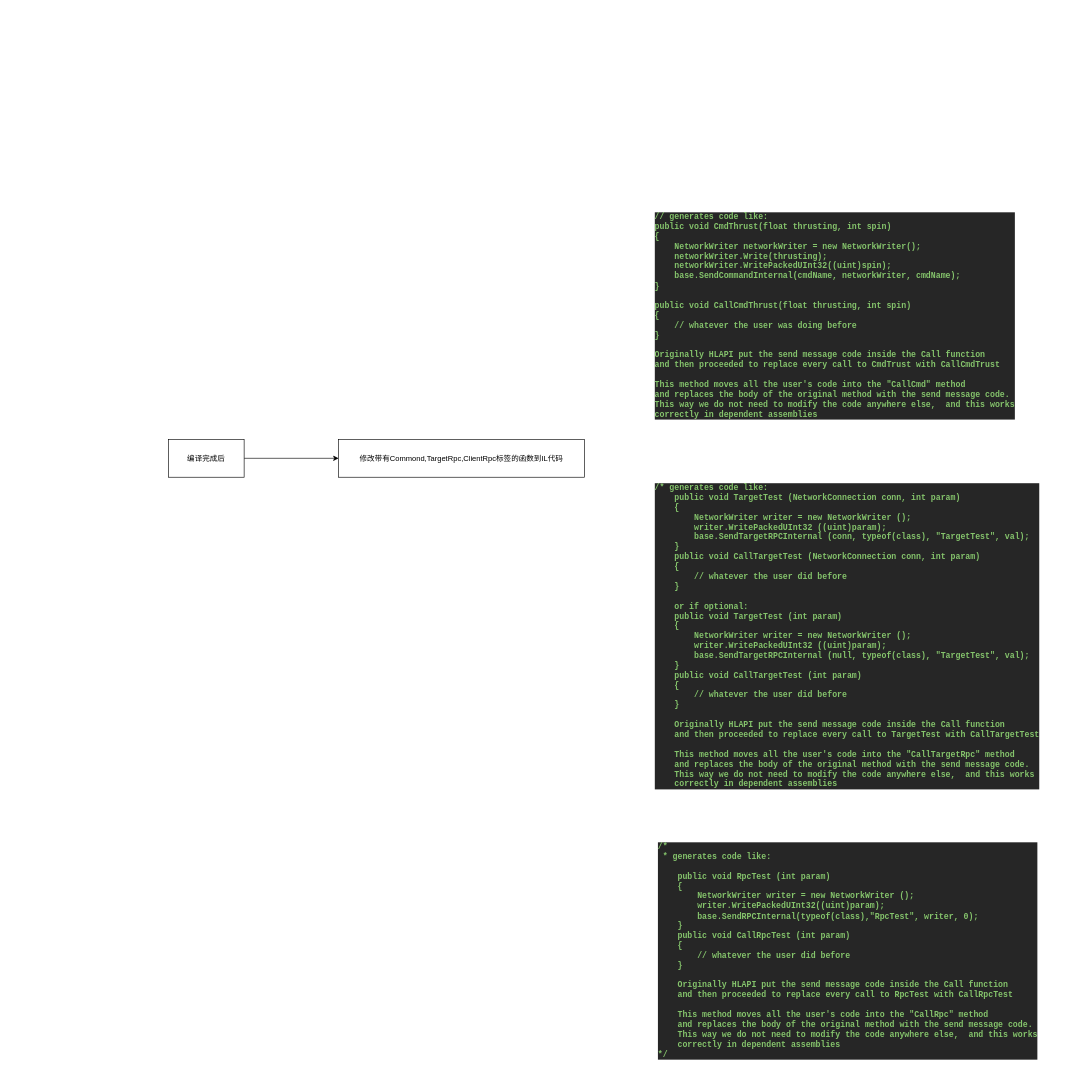
Above: Mirror架构分析.drawio in fdgggy/architect-awesome (draw.io), before the change. Source tidied: cells renumbered, new cells numbered last; positions are measured from the earlier drawing's top-left corner, leaving out a move shared by most shapes. Both pictures are drawn from the tidied source at 63%, with x=0, y=0 at pixel (168, 200).
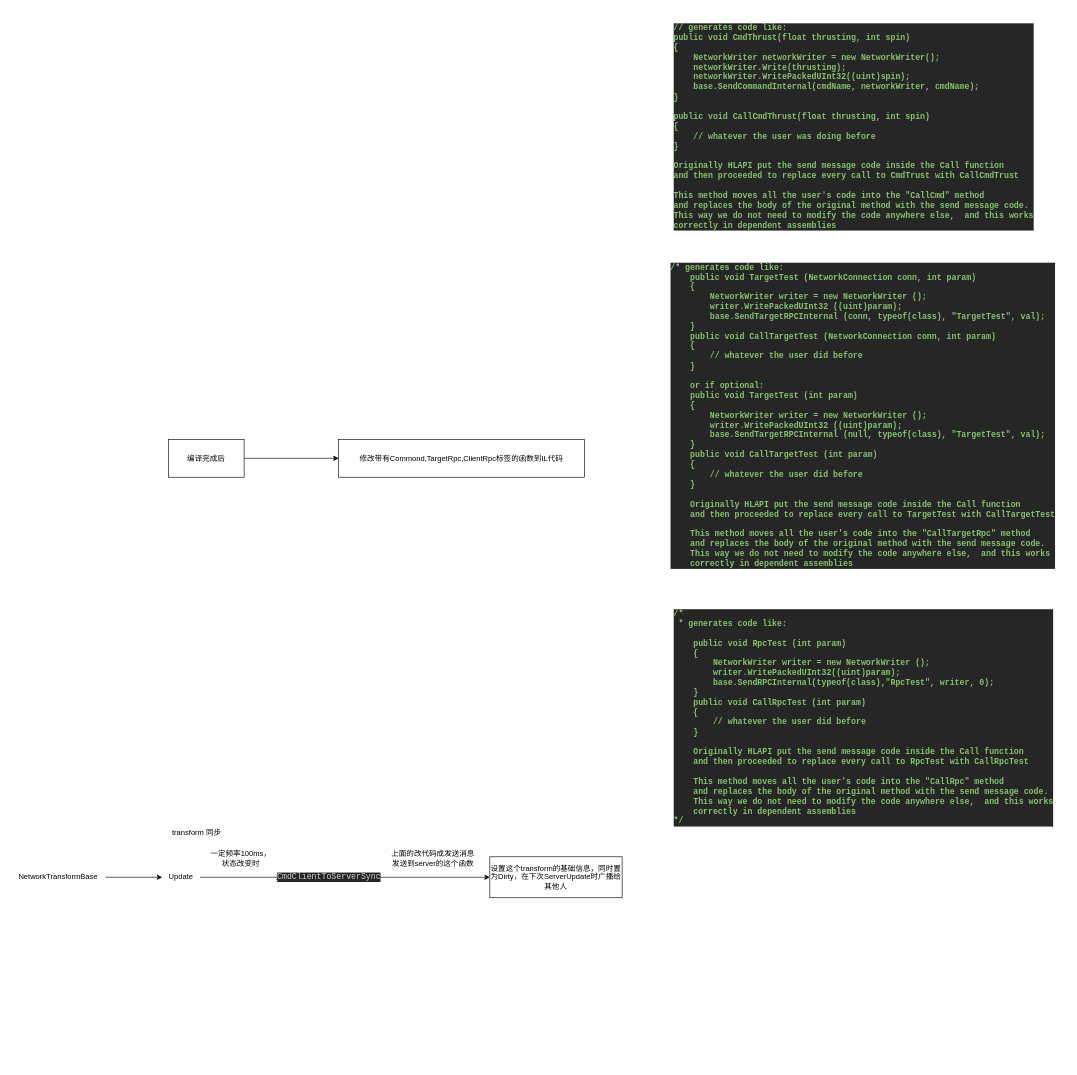
After the change.

Commit message (it also covers changes not shown here):
更新Mirror架构分析.drawio

Change to the diagram source:
```diff
@@
 <mxGraphModel>
   <root>
     <mxCell id="0" />
     <mxCell id="1" parent="0" />
     <mxCell id="2" style="edgeStyle=orthogonalEdgeStyle;rounded=0;jettySize=auto;html=1;entryX=0;entryY=0.5;entryDx=0;entryDy=0;" parent="1" edge="1" source="3" target="4">
       <mxGeometry relative="1" as="geometry" />
     </mxCell>
     <mxCell id="3" value="编译完成后" style="rounded=0;whiteSpace=wrap;html=1;" parent="1" vertex="1">
       <mxGeometry y="380" width="120" height="60" as="geometry" />
     </mxCell>
     <mxCell id="4" value="修改带有Commond,TargetRpc,ClientRpc标签的函数到IL代码" style="rounded=0;whiteSpace=wrap;html=1;" parent="1" vertex="1">
       <mxGeometry x="270" y="380" width="390" height="60" as="geometry" />
     </mxCell>
     <mxCell id="5" value="&lt;h1 style=&quot;margin-top: 0px;&quot;&gt;&lt;div style=&quot;background-color:#262626;color:#d0d0d0&quot;&gt;&lt;pre style=&quot;font-family:'JetBrains Mono',monospace;font-size:9.8pt;&quot;&gt;&lt;span style=&quot;color: rgb(133, 196, 108);&quot;&gt;// generates code like:&lt;br&gt;&lt;/span&gt;&lt;span style=&quot;color: rgb(133, 196, 108);&quot;&gt;public void CmdThrust(float thrusting, int spin)&lt;br&gt;&lt;/span&gt;&lt;span style=&quot;color: rgb(133, 196, 108);&quot;&gt;{&lt;br&gt;&lt;/span&gt;&lt;span style=&quot;color: rgb(133, 196, 108);&quot;&gt;    NetworkWriter networkWriter = new NetworkWriter();&lt;br&gt;&lt;/span&gt;&lt;span style=&quot;color: rgb(133, 196, 108);&quot;&gt;    networkWriter.Write(thrusting);&lt;br&gt;&lt;/span&gt;&lt;span style=&quot;color: rgb(133, 196, 108);&quot;&gt;    networkWriter.WritePackedUInt32((uint)spin);&lt;br&gt;&lt;/span&gt;&lt;span style=&quot;color: rgb(133, 196, 108);&quot;&gt;    base.SendCommandInternal(cmdName, networkWriter, cmdName);&lt;br&gt;&lt;/span&gt;&lt;span style=&quot;color: rgb(133, 196, 108);&quot;&gt;}&lt;br&gt;&lt;/span&gt;&lt;span style=&quot;color: rgb(133, 196, 108);&quot;&gt;&lt;br&gt;&lt;/span&gt;&lt;span style=&quot;color: rgb(133, 196, 108);&quot;&gt;public void CallCmdThrust(float thrusting, int spin)&lt;br&gt;&lt;/span&gt;&lt;span style=&quot;color: rgb(133, 196, 108);&quot;&gt;{&lt;br&gt;&lt;/span&gt;&lt;span style=&quot;color: rgb(133, 196, 108);&quot;&gt;    // whatever the user was doing before&lt;br&gt;&lt;/span&gt;&lt;span style=&quot;color: rgb(133, 196, 108);&quot;&gt;}&lt;br&gt;&lt;/span&gt;&lt;span style=&quot;color: rgb(133, 196, 108);&quot;&gt;&lt;br&gt;&lt;/span&gt;&lt;span style=&quot;color: rgb(133, 196, 108);&quot;&gt;Originally HLAPI put the send message code inside the Call function&lt;br&gt;&lt;/span&gt;&lt;span style=&quot;color: rgb(133, 196, 108);&quot;&gt;and then proceeded to replace every call to CmdTrust with CallCmdTrust&lt;br&gt;&lt;/span&gt;&lt;span style=&quot;color: rgb(133, 196, 108);&quot;&gt;&lt;br&gt;&lt;/span&gt;&lt;span style=&quot;color: rgb(133, 196, 108);&quot;&gt;This method moves all the user's code into the &quot;CallCmd&quot; method&lt;br&gt;&lt;/span&gt;&lt;span style=&quot;color: rgb(133, 196, 108);&quot;&gt;and replaces the body of the original method with the send message code.&lt;br&gt;&lt;/span&gt;&lt;span style=&quot;color: rgb(133, 196, 108);&quot;&gt;This way we do not need to modify the code anywhere else,  and this works&lt;br&gt;&lt;/span&gt;&lt;span style=&quot;color: rgb(133, 196, 108);&quot;&gt;correctly in dependent assemblies&lt;/span&gt;&lt;/pre&gt;&lt;/div&gt;&lt;/h1&gt;" style="text;html=1;whiteSpace=wrap;overflow=hidden;rounded=0;" parent="1" vertex="1">
-      <mxGeometry x="770" width="580" height="370" as="geometry" />
+      <mxGeometry x="800" y="-300" width="580" height="370" as="geometry" />
     </mxCell>
     <mxCell id="6" value="&lt;h1 style=&quot;margin-top: 0px;&quot;&gt;&lt;div style=&quot;background-color:#262626;color:#d0d0d0&quot;&gt;&lt;pre style=&quot;font-family:'JetBrains Mono',monospace;font-size:9.8pt;&quot;&gt;&lt;span style=&quot;color: rgb(133, 196, 108);&quot;&gt;/* generates code like:&lt;br&gt;&lt;/span&gt;&lt;span style=&quot;color: rgb(133, 196, 108);&quot;&gt;    public void TargetTest (NetworkConnection conn, int param)&lt;br&gt;&lt;/span&gt;&lt;span style=&quot;color: rgb(133, 196, 108);&quot;&gt;    {&lt;br&gt;&lt;/span&gt;&lt;span style=&quot;color: rgb(133, 196, 108);&quot;&gt;        NetworkWriter writer = new NetworkWriter ();&lt;br&gt;&lt;/span&gt;&lt;span style=&quot;color: rgb(133, 196, 108);&quot;&gt;        writer.WritePackedUInt32 ((uint)param);&lt;br&gt;&lt;/span&gt;&lt;span style=&quot;color: rgb(133, 196, 108);&quot;&gt;        base.SendTargetRPCInternal (conn, typeof(class), &quot;TargetTest&quot;, val);&lt;br&gt;&lt;/span&gt;&lt;span style=&quot;color: rgb(133, 196, 108);&quot;&gt;    }&lt;br&gt;&lt;/span&gt;&lt;span style=&quot;color: rgb(133, 196, 108);&quot;&gt;    public void CallTargetTest (NetworkConnection conn, int param)&lt;br&gt;&lt;/span&gt;&lt;span style=&quot;color: rgb(133, 196, 108);&quot;&gt;    {&lt;br&gt;&lt;/span&gt;&lt;span style=&quot;color: rgb(133, 196, 108);&quot;&gt;        // whatever the user did before&lt;br&gt;&lt;/span&gt;&lt;span style=&quot;color: rgb(133, 196, 108);&quot;&gt;    }&lt;br&gt;&lt;/span&gt;&lt;span style=&quot;color: rgb(133, 196, 108);&quot;&gt;&lt;br&gt;&lt;/span&gt;&lt;span style=&quot;color: rgb(133, 196, 108);&quot;&gt;    or if optional:&lt;br&gt;&lt;/span&gt;&lt;span style=&quot;color: rgb(133, 196, 108);&quot;&gt;    public void TargetTest (int param)&lt;br&gt;&lt;/span&gt;&lt;span style=&quot;color: rgb(133, 196, 108);&quot;&gt;    {&lt;br&gt;&lt;/span&gt;&lt;span style=&quot;color: rgb(133, 196, 108);&quot;&gt;        NetworkWriter writer = new NetworkWriter ();&lt;br&gt;&lt;/span&gt;&lt;span style=&quot;color: rgb(133, 196, 108);&quot;&gt;        writer.WritePackedUInt32 ((uint)param);&lt;br&gt;&lt;/span&gt;&lt;span style=&quot;color: rgb(133, 196, 108);&quot;&gt;        base.SendTargetRPCInternal (null, typeof(class), &quot;TargetTest&quot;, val);&lt;br&gt;&lt;/span&gt;&lt;span style=&quot;color: rgb(133, 196, 108);&quot;&gt;    }&lt;br&gt;&lt;/span&gt;&lt;span style=&quot;color: rgb(133, 196, 108);&quot;&gt;    public void CallTargetTest (int param)&lt;br&gt;&lt;/span&gt;&lt;span style=&quot;color: rgb(133, 196, 108);&quot;&gt;    {&lt;br&gt;&lt;/span&gt;&lt;span style=&quot;color: rgb(133, 196, 108);&quot;&gt;        // whatever the user did before&lt;br&gt;&lt;/span&gt;&lt;span style=&quot;color: rgb(133, 196, 108);&quot;&gt;    }&lt;br&gt;&lt;/span&gt;&lt;span style=&quot;color: rgb(133, 196, 108);&quot;&gt;&lt;br&gt;&lt;/span&gt;&lt;span style=&quot;color: rgb(133, 196, 108);&quot;&gt;    Originally HLAPI put the send message code inside the Call function&lt;br&gt;&lt;/span&gt;&lt;span style=&quot;color: rgb(133, 196, 108);&quot;&gt;    and then proceeded to replace every call to TargetTest with CallTargetTest&lt;br&gt;&lt;/span&gt;&lt;span style=&quot;color: rgb(133, 196, 108);&quot;&gt;&lt;br&gt;&lt;/span&gt;&lt;span style=&quot;color: rgb(133, 196, 108);&quot;&gt;    This method moves all the user's code into the &quot;CallTargetRpc&quot; method&lt;br&gt;&lt;/span&gt;&lt;span style=&quot;color: rgb(133, 196, 108);&quot;&gt;    and replaces the body of the original method with the send message code.&lt;br&gt;&lt;/span&gt;&lt;span style=&quot;color: rgb(133, 196, 108);&quot;&gt;    This way we do not need to modify the code anywhere else,  and this works&lt;br&gt;&lt;/span&gt;&lt;span style=&quot;color: rgb(133, 196, 108);&quot;&gt;    correctly in dependent assemblies&lt;/span&gt;&lt;/pre&gt;&lt;/div&gt;&lt;/h1&gt;" style="text;html=1;whiteSpace=wrap;overflow=hidden;rounded=0;" parent="1" vertex="1">
-      <mxGeometry x="770" y="430" width="630" height="510" as="geometry" />
+      <mxGeometry x="795" y="80" width="630" height="510" as="geometry" />
     </mxCell>
     <mxCell id="7" value="&lt;h1 style=&quot;margin-top: 0px;&quot;&gt;&lt;div style=&quot;background-color:#262626;color:#d0d0d0&quot;&gt;&lt;pre style=&quot;font-family:'JetBrains Mono',monospace;font-size:9.8pt;&quot;&gt;&lt;span style=&quot;color: rgb(133, 196, 108);&quot;&gt;/*&lt;br&gt;&lt;/span&gt;&lt;span style=&quot;color: rgb(133, 196, 108);&quot;&gt; * generates code like:&lt;br&gt;&lt;/span&gt;&lt;span style=&quot;color: rgb(133, 196, 108);&quot;&gt;&lt;br&gt;&lt;/span&gt;&lt;span style=&quot;color: rgb(133, 196, 108);&quot;&gt;    public void RpcTest (int param)&lt;br&gt;&lt;/span&gt;&lt;span style=&quot;color: rgb(133, 196, 108);&quot;&gt;    {&lt;br&gt;&lt;/span&gt;&lt;span style=&quot;color: rgb(133, 196, 108);&quot;&gt;        NetworkWriter writer = new NetworkWriter ();&lt;br&gt;&lt;/span&gt;&lt;span style=&quot;color: rgb(133, 196, 108);&quot;&gt;        writer.WritePackedUInt32((uint)param);&lt;br&gt;&lt;/span&gt;&lt;span style=&quot;color: rgb(133, 196, 108);&quot;&gt;        base.SendRPCInternal(typeof(class),&quot;RpcTest&quot;, writer, 0);&lt;br&gt;&lt;/span&gt;&lt;span style=&quot;color: rgb(133, 196, 108);&quot;&gt;    }&lt;br&gt;&lt;/span&gt;&lt;span style=&quot;color: rgb(133, 196, 108);&quot;&gt;    public void CallRpcTest (int param)&lt;br&gt;&lt;/span&gt;&lt;span style=&quot;color: rgb(133, 196, 108);&quot;&gt;    {&lt;br&gt;&lt;/span&gt;&lt;span style=&quot;color: rgb(133, 196, 108);&quot;&gt;        // whatever the user did before&lt;br&gt;&lt;/span&gt;&lt;span style=&quot;color: rgb(133, 196, 108);&quot;&gt;    }&lt;br&gt;&lt;/span&gt;&lt;span style=&quot;color: rgb(133, 196, 108);&quot;&gt;&lt;br&gt;&lt;/span&gt;&lt;span style=&quot;color: rgb(133, 196, 108);&quot;&gt;    Originally HLAPI put the send message code inside the Call function&lt;br&gt;&lt;/span&gt;&lt;span style=&quot;color: rgb(133, 196, 108);&quot;&gt;    and then proceeded to replace every call to RpcTest with CallRpcTest&lt;br&gt;&lt;/span&gt;&lt;span style=&quot;color: rgb(133, 196, 108);&quot;&gt;&lt;br&gt;&lt;/span&gt;&lt;span style=&quot;color: rgb(133, 196, 108);&quot;&gt;    This method moves all the user's code into the &quot;CallRpc&quot; method&lt;br&gt;&lt;/span&gt;&lt;span style=&quot;color: rgb(133, 196, 108);&quot;&gt;    and replaces the body of the original method with the send message code.&lt;br&gt;&lt;/span&gt;&lt;span style=&quot;color: rgb(133, 196, 108);&quot;&gt;    This way we do not need to modify the code anywhere else,  and this works&lt;br&gt;&lt;/span&gt;&lt;span style=&quot;color: rgb(133, 196, 108);&quot;&gt;    correctly in dependent assemblies&lt;br&gt;&lt;/span&gt;&lt;span style=&quot;color: rgb(133, 196, 108);&quot;&gt;*/&lt;/span&gt;&lt;/pre&gt;&lt;/div&gt;&lt;/h1&gt;" style="text;html=1;whiteSpace=wrap;overflow=hidden;rounded=0;" parent="1" vertex="1">
-      <mxGeometry x="775" y="1000" width="620" height="370" as="geometry" />
+      <mxGeometry x="800" y="630" width="620" height="370" as="geometry" />
     </mxCell>
+    <mxCell id="8" value="transform 同步" style="text;html=1;align=center;verticalAlign=middle;whiteSpace=wrap;rounded=0;" parent="1" vertex="1">
+      <mxGeometry x="-10" y="990" width="110" height="30" as="geometry" />
+    </mxCell>
+    <mxCell id="9" style="edgeStyle=orthogonalEdgeStyle;rounded=0;jettySize=auto;html=1;" parent="1" edge="1" source="10">
+      <mxGeometry relative="1" as="geometry">
+        <mxPoint x="-10" y="1075" as="targetPoint" />
+      </mxGeometry>
+    </mxCell>
+    <mxCell id="10" value="NetworkTransformBase" style="text;html=1;align=center;verticalAlign=middle;whiteSpace=wrap;rounded=0;" parent="1" vertex="1">
+      <mxGeometry x="-250" y="1060" width="150" height="30" as="geometry" />
+    </mxCell>
+    <mxCell id="11" style="edgeStyle=orthogonalEdgeStyle;rounded=0;jettySize=auto;html=1;entryX=0;entryY=0.5;entryDx=0;entryDy=0;" parent="1" edge="1" source="12" target="14">
+      <mxGeometry relative="1" as="geometry" />
+    </mxCell>
+    <mxCell id="12" value="Update" style="text;html=1;align=center;verticalAlign=middle;whiteSpace=wrap;rounded=0;" parent="1" vertex="1">
+      <mxGeometry x="-10" y="1060" width="60" height="30" as="geometry" />
+    </mxCell>
+    <mxCell id="13" style="edgeStyle=orthogonalEdgeStyle;rounded=0;jettySize=auto;html=1;" parent="1" edge="1" source="14" target="16">
+      <mxGeometry relative="1" as="geometry" />
+    </mxCell>
+    <mxCell id="14" value="&lt;div style=&quot;background-color:#262626;color:#d0d0d0&quot;&gt;&lt;pre style=&quot;font-family:'JetBrains Mono',monospace;font-size:9.8pt;&quot;&gt;CmdClientToServerSync&lt;/pre&gt;&lt;/div&gt;" style="text;html=1;align=center;verticalAlign=middle;whiteSpace=wrap;rounded=0;" parent="1" vertex="1">
+      <mxGeometry x="180" y="1060" width="150" height="30" as="geometry" />
+    </mxCell>
+    <mxCell id="15" value="一定频率100ms，状态改变时" style="text;html=1;align=center;verticalAlign=middle;whiteSpace=wrap;rounded=0;" parent="1" vertex="1">
+      <mxGeometry x="60" y="1030" width="110" height="30" as="geometry" />
+    </mxCell>
+    <mxCell id="16" value="设置这个transform的基础信息，同时置为Dirty，在下次ServerUpdate时广播给其他人" style="whiteSpace=wrap;html=1;" parent="1" vertex="1">
+      <mxGeometry x="510" y="1042.5" width="210" height="65" as="geometry" />
+    </mxCell>
+    <mxCell id="17" value="上面的改代码成发送消息发送到server的这个函数" style="text;html=1;align=center;verticalAlign=middle;whiteSpace=wrap;rounded=0;" parent="1" vertex="1">
+      <mxGeometry x="350" y="1030" width="140" height="30" as="geometry" />
+    </mxCell>
   </root>
 </mxGraphModel>
```
